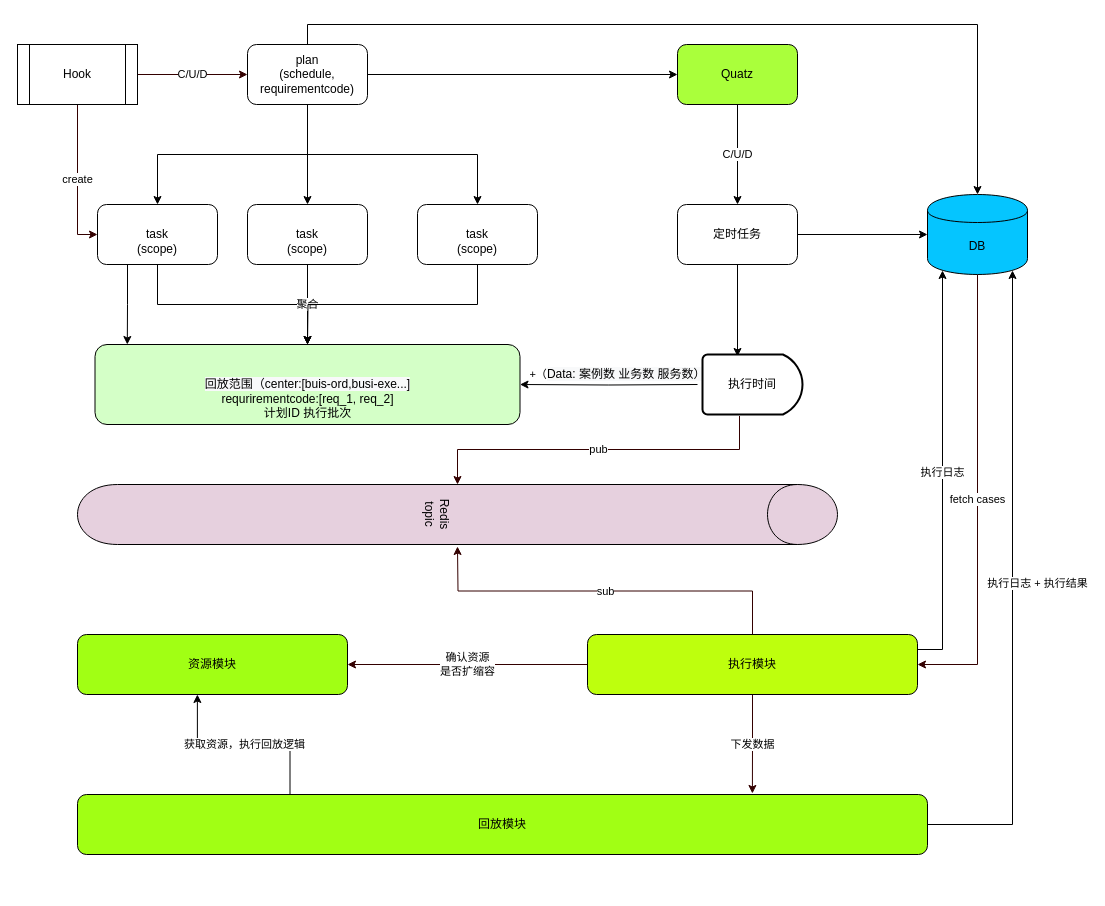
This is 调度管理.drawio from mayi295940/diagrams, a draw.io file, before an edit. Source tidied: cells renumbered, new cells numbered last; positions are measured from the earlier drawing's top-left corner, leaving out a move shared by most shapes. Both pictures are drawn from the tidied source at 100%, with x=0, y=0 at pixel (17, 44).
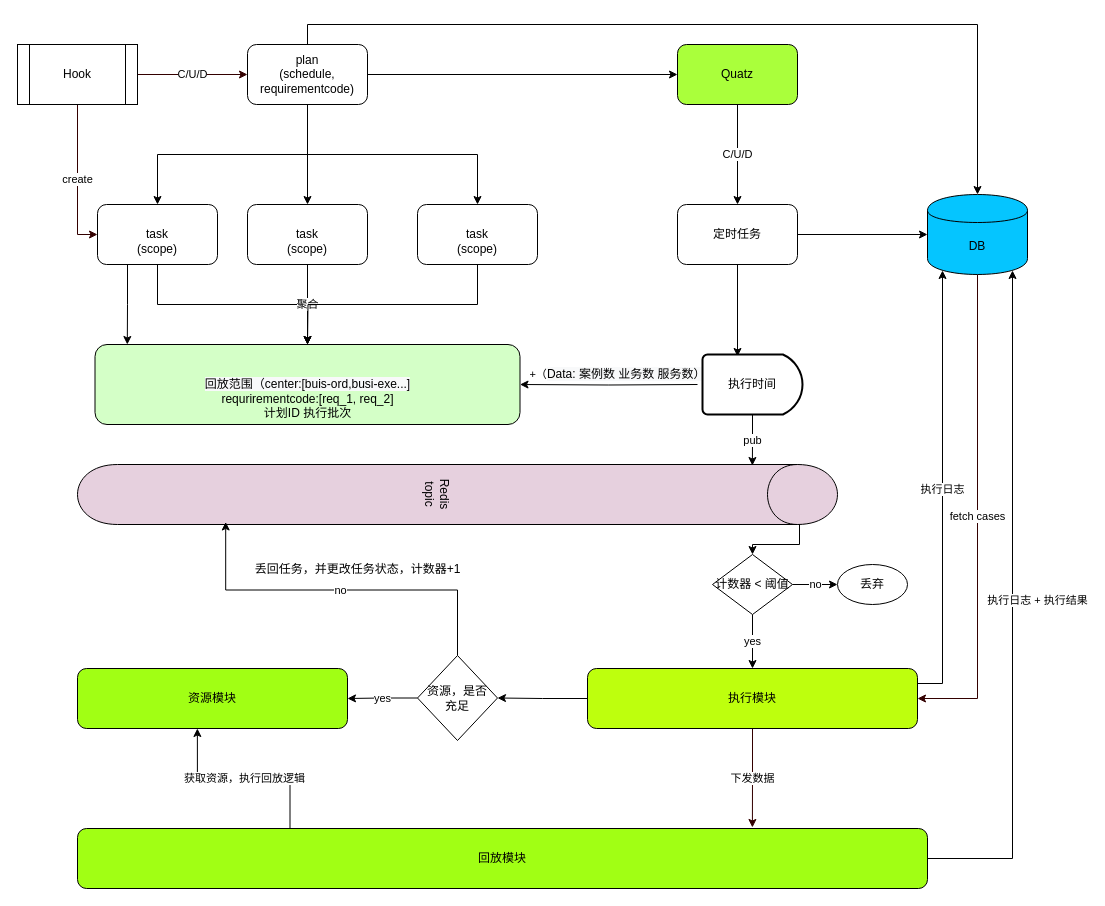
The same diagram, later.

Commit message:
更新调度管理.drawio

The change refers to these unchanged cells:
```xml
<mxCell id="38" value="执行时间" style="strokeWidth=2;html=1;shape=mxgraph.flowchart.delay;whiteSpace=wrap;fillColor=#FFFFFF;" parent="1" vertex="1">
  <mxGeometry x="685" y="310" width="100" height="60" as="geometry" />
</mxCell>
```

Change to the diagram source:
```diff
@@
-    <mxCell id="26" value="pub" style="edgeStyle=orthogonalEdgeStyle;rounded=0;jettySize=auto;html=1;exitX=0.37;exitY=1.025;exitDx=0;exitDy=0;strokeColor=#330000;exitPerimeter=0;" parent="1" edge="1" source="38" target="28">
-      <mxGeometry relative="1" as="geometry" />
-    </mxCell>
@@
+    <mxCell id="39" style="edgeStyle=orthogonalEdgeStyle;rounded=0;jettySize=auto;html=1;exitX=0.85;exitY=0.05;exitDx=0;exitDy=0;exitPerimeter=0;entryX=0.5;entryY=0;entryDx=0;entryDy=0;" parent="1" edge="1" source="28" target="47">
+      <mxGeometry relative="1" as="geometry" />
+    </mxCell>
     <mxCell id="28" value="Redis topic" style="shape=cylinder;whiteSpace=wrap;html=1;boundedLbl=1;backgroundOutline=1;fillColor=#E6D0DE;rotation=90;" parent="1" vertex="1">
-      <mxGeometry x="410" y="90" width="60" height="760" as="geometry" />
+      <mxGeometry x="410" y="70" width="60" height="760" as="geometry" />
     </mxCell>
-    <mxCell id="29" value="sub" style="edgeStyle=orthogonalEdgeStyle;rounded=0;jettySize=auto;html=1;exitX=0.5;exitY=0;exitDx=0;exitDy=0;strokeColor=#330000;" parent="1" edge="1" source="33">
-      <mxGeometry relative="1" as="geometry">
-        <mxPoint x="440" y="502" as="targetPoint" />
-      </mxGeometry>
-    </mxCell>
-    <mxCell id="30" value="确认资源&lt;br&gt;是否扩缩容" style="edgeStyle=orthogonalEdgeStyle;rounded=0;jettySize=auto;html=1;exitX=0;exitY=0.5;exitDx=0;exitDy=0;entryX=1;entryY=0.5;entryDx=0;entryDy=0;strokeColor=#330000;" parent="1" edge="1" source="33" target="34">
-      <mxGeometry relative="1" as="geometry" />
-    </mxCell>
@@
+    <mxCell id="40" style="edgeStyle=orthogonalEdgeStyle;rounded=0;jettySize=auto;html=1;exitX=0;exitY=0.5;exitDx=0;exitDy=0;entryX=1;entryY=0.5;entryDx=0;entryDy=0;" parent="1" edge="1" source="33" target="43">
+      <mxGeometry relative="1" as="geometry" />
+    </mxCell>
     <mxCell id="33" value="执行模块" style="rounded=1;whiteSpace=wrap;html=1;fillColor=#BEFF0D;" parent="1" vertex="1">
-      <mxGeometry x="570" y="590" width="330" height="60" as="geometry" />
+      <mxGeometry x="570" y="624" width="330" height="60" as="geometry" />
     </mxCell>
     <mxCell id="34" value="资源模块" style="rounded=1;whiteSpace=wrap;html=1;fillColor=#A1FF14;" parent="1" vertex="1">
-      <mxGeometry x="60" y="590" width="270" height="60" as="geometry" />
+      <mxGeometry x="60" y="624" width="270" height="60" as="geometry" />
     </mxCell>
@@
     <mxCell id="37" value="回放模块" style="rounded=1;whiteSpace=wrap;html=1;fillColor=#A1FF14;" parent="1" vertex="1">
-      <mxGeometry x="60" y="750" width="850" height="60" as="geometry" />
+      <mxGeometry x="60" y="784" width="850" height="60" as="geometry" />
     </mxCell>
+    <mxCell id="26" value="pub" style="edgeStyle=orthogonalEdgeStyle;rounded=0;jettySize=auto;html=1;exitX=0.5;exitY=1;exitDx=0;exitDy=0;exitPerimeter=0;entryX=0.017;entryY=0.112;entryDx=0;entryDy=0;entryPerimeter=0;" parent="1" edge="1" source="38" target="28">
+      <mxGeometry relative="1" as="geometry" />
+    </mxCell>
@@
+    <mxCell id="41" value="yes" style="edgeStyle=orthogonalEdgeStyle;rounded=0;jettySize=auto;html=1;exitX=0;exitY=0.5;exitDx=0;exitDy=0;entryX=1;entryY=0.5;entryDx=0;entryDy=0;" parent="1" edge="1" source="43" target="34">
+      <mxGeometry relative="1" as="geometry" />
+    </mxCell>
+    <mxCell id="42" value="no" style="edgeStyle=orthogonalEdgeStyle;rounded=0;jettySize=auto;html=1;exitX=0.5;exitY=0;exitDx=0;exitDy=0;entryX=0.958;entryY=0.805;entryDx=0;entryDy=0;entryPerimeter=0;" parent="1" edge="1" source="43" target="28">
+      <mxGeometry relative="1" as="geometry" />
+    </mxCell>
+    <mxCell id="43" value="资源，是否&lt;br&gt;充足" style="rhombus;whiteSpace=wrap;html=1;" parent="1" vertex="1">
+      <mxGeometry x="400" y="611" width="80" height="85" as="geometry" />
+    </mxCell>
+    <mxCell id="44" value="丢回任务，并更改任务状态，计数器+1" style="text;html=1;align=center;verticalAlign=middle;" parent="1" vertex="1">
+      <mxGeometry x="230" y="515" width="220" height="20" as="geometry" />
+    </mxCell>
+    <mxCell id="45" value="yes" style="edgeStyle=orthogonalEdgeStyle;rounded=0;jettySize=auto;html=1;exitX=0.5;exitY=1;exitDx=0;exitDy=0;entryX=0.5;entryY=0;entryDx=0;entryDy=0;" parent="1" edge="1" source="47" target="33">
+      <mxGeometry relative="1" as="geometry" />
+    </mxCell>
+    <mxCell id="46" value="no" style="edgeStyle=orthogonalEdgeStyle;rounded=0;jettySize=auto;html=1;exitX=1;exitY=0.5;exitDx=0;exitDy=0;entryX=0;entryY=0.5;entryDx=0;entryDy=0;" parent="1" edge="1" source="47" target="48">
+      <mxGeometry relative="1" as="geometry" />
+    </mxCell>
+    <mxCell id="47" value="计数器 &amp;lt; 阈值" style="rhombus;whiteSpace=wrap;html=1;" parent="1" vertex="1">
+      <mxGeometry x="695" y="510" width="80" height="60" as="geometry" />
+    </mxCell>
+    <mxCell id="48" value="丢弃" style="ellipse;whiteSpace=wrap;html=1;" parent="1" vertex="1">
+      <mxGeometry x="820" y="520" width="70" height="40" as="geometry" />
+    </mxCell>
```
